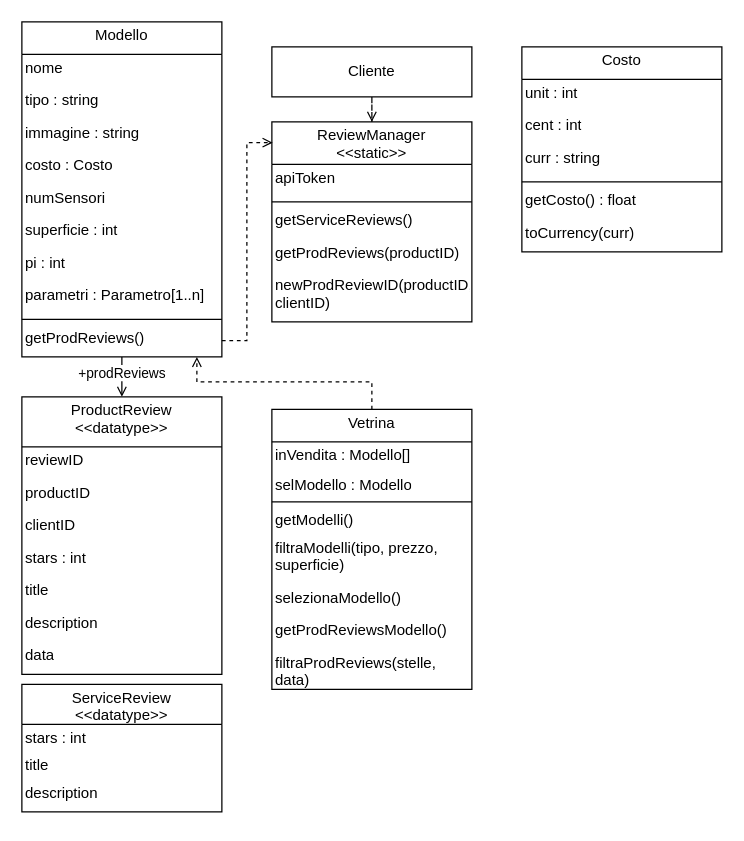
Before: page "Vetrina" (3 of 10) of deliverables/d3/.media/.drawio/classi.drawio in amanfucci/ardeeno-workondeliverables, a draw.io diagram. Source tidied: cells renumbered, new cells numbered last; positions are measured from the earlier drawing's top-left corner, leaving out a move shared by most shapes. Both pictures are drawn from the tidied source at 125%, with x=0, y=0 at pixel (21, 21).
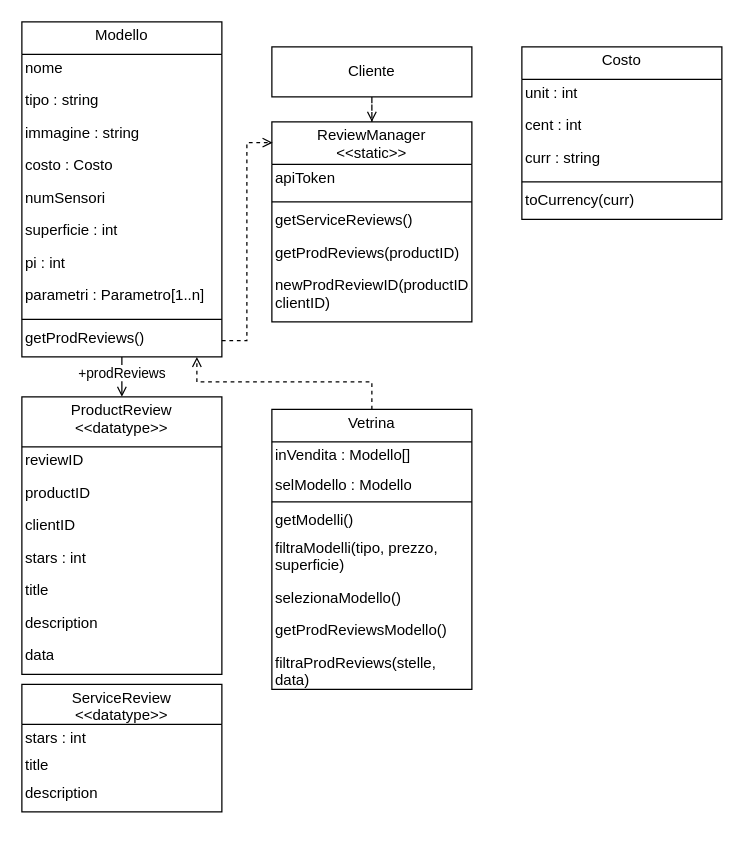
The same diagram, later.

Change to the diagram source:
```diff
@@
     <mxCell id="45" value="Costo" style="swimlane;fontStyle=0;align=center;verticalAlign=top;horizontal=1;startSize=26;whiteSpace=wrap;spacing=-1;" parent="1" vertex="1">
-      <mxGeometry x="400" y="20" width="160" height="164" as="geometry" />
+      <mxGeometry x="400" y="20" width="160" height="138" as="geometry" />
     </mxCell>
@@
-    <mxCell id="50" value="getCosto() : float" style="text;strokeColor=none;fillColor=none;align=left;verticalAlign=top;spacingLeft=4;spacingRight=4;overflow=hidden;fontStyle=0;whiteSpace=wrap;spacing=-1;" parent="45" vertex="1">
-      <mxGeometry y="112" width="160" height="26" as="geometry" />
-    </mxCell>
     <mxCell id="51" value="toCurrency(curr)" style="text;strokeColor=none;fillColor=none;align=left;verticalAlign=top;spacingLeft=4;spacingRight=4;overflow=hidden;fontStyle=0;whiteSpace=wrap;spacing=-1;" parent="45" vertex="1">
-      <mxGeometry y="138" width="160" height="26" as="geometry" />
+      <mxGeometry y="112" width="160" height="26" as="geometry" />
     </mxCell>
```
